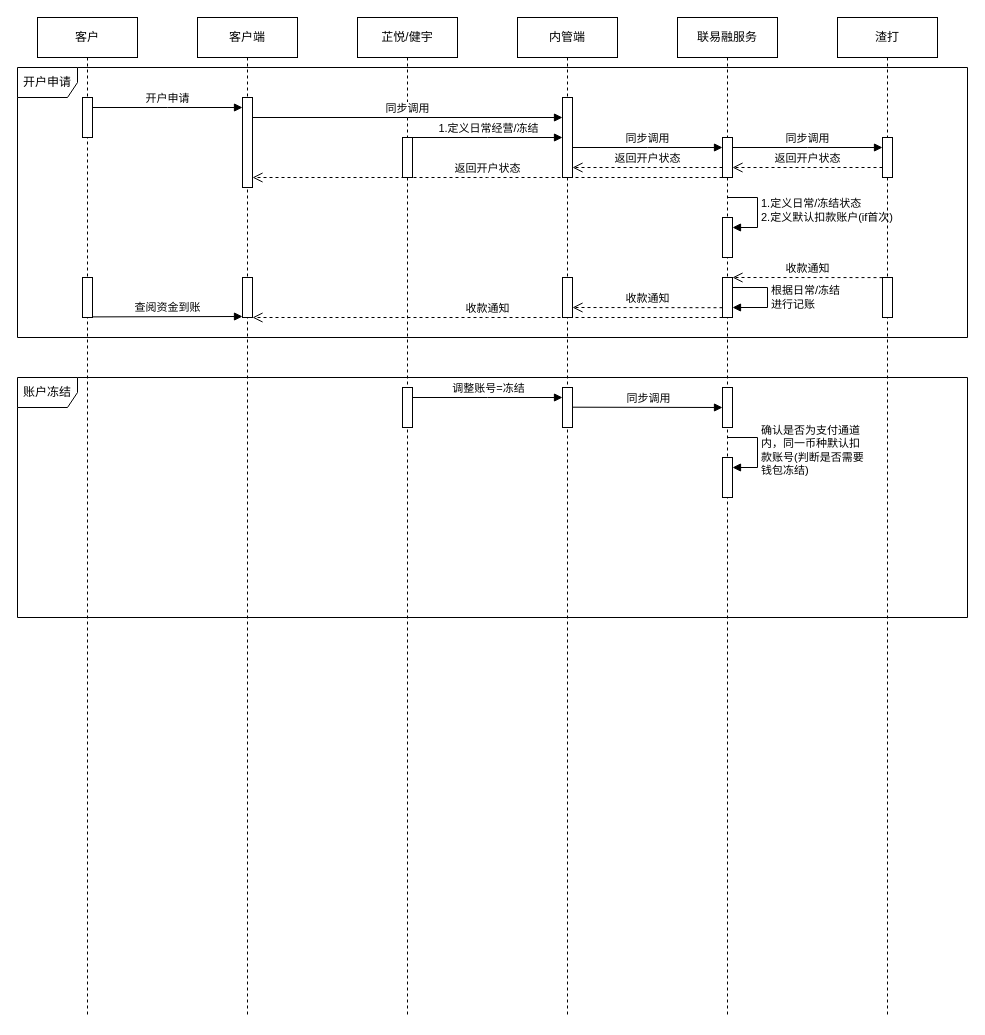
Earlier version of the draw.io diagram LLSI/账户开户状态.drawio (0573xieguojia/To-program). Source tidied: cells renumbered, new cells numbered last; positions are measured from the earlier drawing's top-left corner, leaving out a move shared by most shapes. Both pictures are drawn from the tidied source at 100%, with x=0, y=0 at pixel (17, 17).
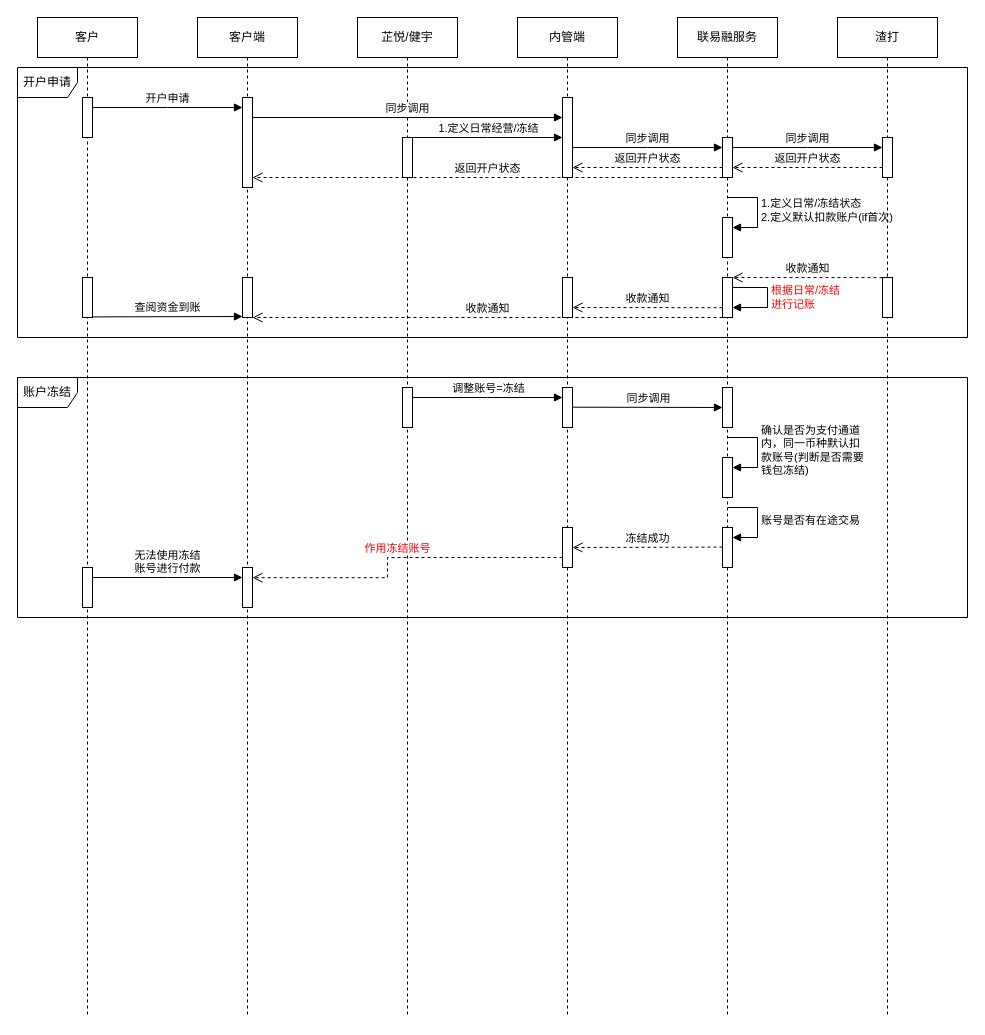
The same page after the edit.

Commit message (it also covers changes not shown here):
更新账户开户状态.drawio

Unchanged cells that the change refers to:
```xml
<mxCell id="4" value="客户端" style="shape=umlLifeline;perimeter=lifelinePerimeter;whiteSpace=wrap;html=1;newEdgeStyle={&quot;edgeStyle&quot;:&quot;elbowEdgeStyle&quot;,&quot;elbow&quot;:&quot;vertical&quot;,&quot;curved&quot;:0,&quot;rounded&quot;:0};" parent="1" vertex="1">
  <mxGeometry x="180" width="100" height="1000" as="geometry" />
</mxCell>
<mxCell id="9" value="联易融服务" style="shape=umlLifeline;perimeter=lifelinePerimeter;whiteSpace=wrap;html=1;newEdgeStyle={&quot;edgeStyle&quot;:&quot;elbowEdgeStyle&quot;,&quot;elbow&quot;:&quot;vertical&quot;,&quot;curved&quot;:0,&quot;rounded&quot;:0};" parent="1" vertex="1">
  <mxGeometry x="660" width="100" height="1000" as="geometry" />
</mxCell>
<mxCell id="30" style="html=1;points=[];perimeter=orthogonalPerimeter;outlineConnect=0;targetShapes=umlLifeline;portConstraint=eastwest;newEdgeStyle={&quot;edgeStyle&quot;:&quot;elbowEdgeStyle&quot;,&quot;elbow&quot;:&quot;vertical&quot;,&quot;curved&quot;:0,&quot;rounded&quot;:0};" parent="1" vertex="1">
  <mxGeometry x="705" y="260" width="10" height="40" as="geometry" />
</mxCell>
```

Diff of the diagram source:
```diff
@@
+    <mxCell id="43" style="html=1;perimeter=orthogonalPerimeter;targetShapes=umlLifeline;newEdgeStyle={&quot;edgeStyle&quot;:&quot;elbowEdgeStyle&quot;,&quot;elbow&quot;:&quot;vertical&quot;,&quot;curved&quot;:0,&quot;rounded&quot;:0};" parent="4" vertex="1">
+      <mxGeometry x="45" y="550" width="10" height="40" as="geometry" />
+    </mxCell>
@@
+    <mxCell id="44" style="html=1;points=[];perimeter=orthogonalPerimeter;outlineConnect=0;targetShapes=umlLifeline;portConstraint=eastwest;newEdgeStyle={&quot;edgeStyle&quot;:&quot;elbowEdgeStyle&quot;,&quot;elbow&quot;:&quot;vertical&quot;,&quot;curved&quot;:0,&quot;rounded&quot;:0};" parent="9" vertex="1">
+      <mxGeometry x="45" y="510" width="10" height="40" as="geometry" />
+    </mxCell>
+    <mxCell id="45" value="账号是否有在途交易" style="html=1;align=left;spacingLeft=2;endArrow=block;rounded=0;edgeStyle=orthogonalEdgeStyle;curved=0;rounded=0;" parent="9" edge="1" target="44">
+      <mxGeometry relative="1" as="geometry">
+        <mxPoint x="50" y="490" as="sourcePoint" />
+        <Array as="points">
+          <mxPoint x="80" y="520" />
+        </Array>
+      </mxGeometry>
+    </mxCell>
@@
-    <mxCell id="35" value="根据日常/冻结&lt;br&gt;进行记账" style="html=1;align=left;spacingLeft=2;endArrow=block;rounded=0;edgeStyle=orthogonalEdgeStyle;curved=0;rounded=0;" parent="1" edge="1" source="30" target="30">
+    <mxCell id="35" value="根据日常/冻结&lt;br&gt;进行记账" style="html=1;align=left;spacingLeft=2;endArrow=block;rounded=0;edgeStyle=orthogonalEdgeStyle;curved=0;rounded=0;fontColor=#FF0000;" parent="1" edge="1" source="30" target="30">
       <mxGeometry relative="1" as="geometry">
         <Array as="points">
           <mxPoint x="750" y="270" />
           <mxPoint x="750" y="290" />
         </Array>
       </mxGeometry>
     </mxCell>
@@
+    <mxCell id="46" style="html=1;points=[];perimeter=orthogonalPerimeter;outlineConnect=0;targetShapes=umlLifeline;portConstraint=eastwest;newEdgeStyle={&quot;edgeStyle&quot;:&quot;elbowEdgeStyle&quot;,&quot;elbow&quot;:&quot;vertical&quot;,&quot;curved&quot;:0,&quot;rounded&quot;:0};" parent="1" vertex="1">
+      <mxGeometry x="545" y="510" width="10" height="40" as="geometry" />
+    </mxCell>
+    <mxCell id="47" value="冻结成功" style="html=1;verticalAlign=bottom;endArrow=open;dashed=1;endSize=8;edgeStyle=elbowEdgeStyle;elbow=vertical;curved=0;rounded=0;exitX=0.5;exitY=0.75;exitDx=0;exitDy=0;exitPerimeter=0;" parent="1" edge="1">
+      <mxGeometry relative="1" as="geometry">
+        <mxPoint x="705" y="529.6" as="sourcePoint" />
+        <mxPoint x="555" y="529.6" as="targetPoint" />
+      </mxGeometry>
+    </mxCell>
+    <mxCell id="48" style="html=1;perimeter=orthogonalPerimeter;targetShapes=umlLifeline;newEdgeStyle={&quot;edgeStyle&quot;:&quot;elbowEdgeStyle&quot;,&quot;elbow&quot;:&quot;vertical&quot;,&quot;curved&quot;:0,&quot;rounded&quot;:0};" parent="1" vertex="1">
+      <mxGeometry x="65" y="550" width="10" height="40" as="geometry" />
+    </mxCell>
+    <mxCell id="49" value="无法使用冻结&lt;br&gt;账号进行付款" style="html=1;verticalAlign=bottom;endArrow=block;edgeStyle=elbowEdgeStyle;elbow=vertical;curved=0;rounded=0;" parent="1" edge="1">
+      <mxGeometry relative="1" as="geometry">
+        <mxPoint x="75" y="560" as="sourcePoint" />
+        <mxPoint x="225" y="560" as="targetPoint" />
+      </mxGeometry>
+    </mxCell>
+    <mxCell id="50" value="作用冻结账号" style="html=1;verticalAlign=bottom;endArrow=open;dashed=1;endSize=8;edgeStyle=orthogonalEdgeStyle;elbow=vertical;rounded=0;fontColor=#FF0000;" parent="1" edge="1" source="46">
+      <mxGeometry relative="1" as="geometry">
+        <mxPoint x="235" y="560.2" as="targetPoint" />
+        <Array as="points">
+          <mxPoint x="370" y="540" />
+          <mxPoint x="370" y="560" />
+        </Array>
+      </mxGeometry>
+    </mxCell>
```
